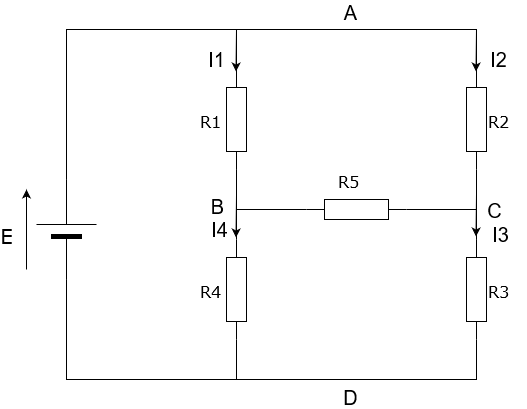
Above: modele_pont.png in msilanus/weightMesure (draw.io), before the change. Source tidied: cells renumbered, new cells last; positions are measured from the earlier drawing's top-left corner, leaving out a move shared by most shapes.
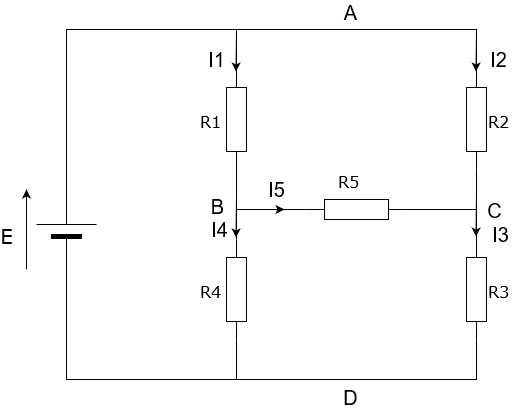
After the change.

Change to the diagram source:
```diff
@@ -143,5 +143,14 @@
     <mxCell id="33" value="I4" style="text;html=1;align=center;verticalAlign=middle;fontSize=20;" parent="1" vertex="1">
       <mxGeometry x="188" y="203" width="30" height="30" as="geometry" />
     </mxCell>
+    <mxCell id="34" style="endArrow=classic;html=1;fontSize=20;" parent="1" edge="1">
+      <mxGeometry relative="1" as="geometry">
+        <mxPoint x="238" y="198" as="sourcePoint" />
+        <mxPoint x="268" y="198" as="targetPoint" />
+      </mxGeometry>
+    </mxCell>
+    <mxCell id="35" value="I5" style="text;html=1;align=center;verticalAlign=middle;fontSize=20;" parent="1" vertex="1">
+      <mxGeometry x="245" y="163" width="30" height="30" as="geometry" />
+    </mxCell>
   </root>
 </mxGraphModel>
```
